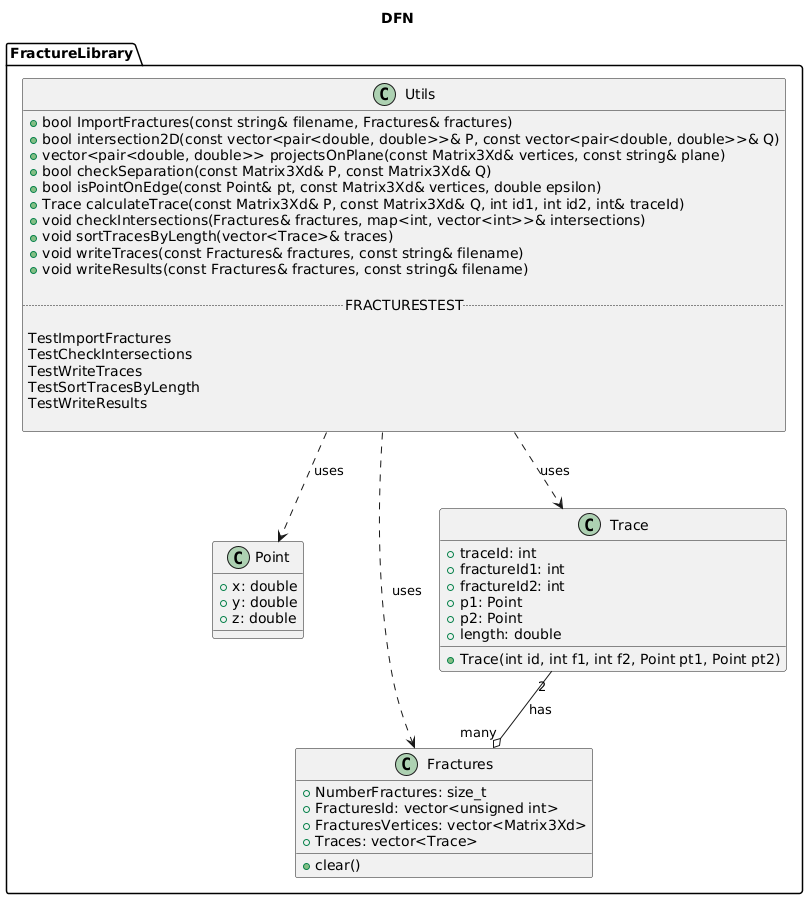
Before: Project/Documentazione/UML.png, a diagram exported from PlantUML (GiuseppeFresu/DFN_Project).
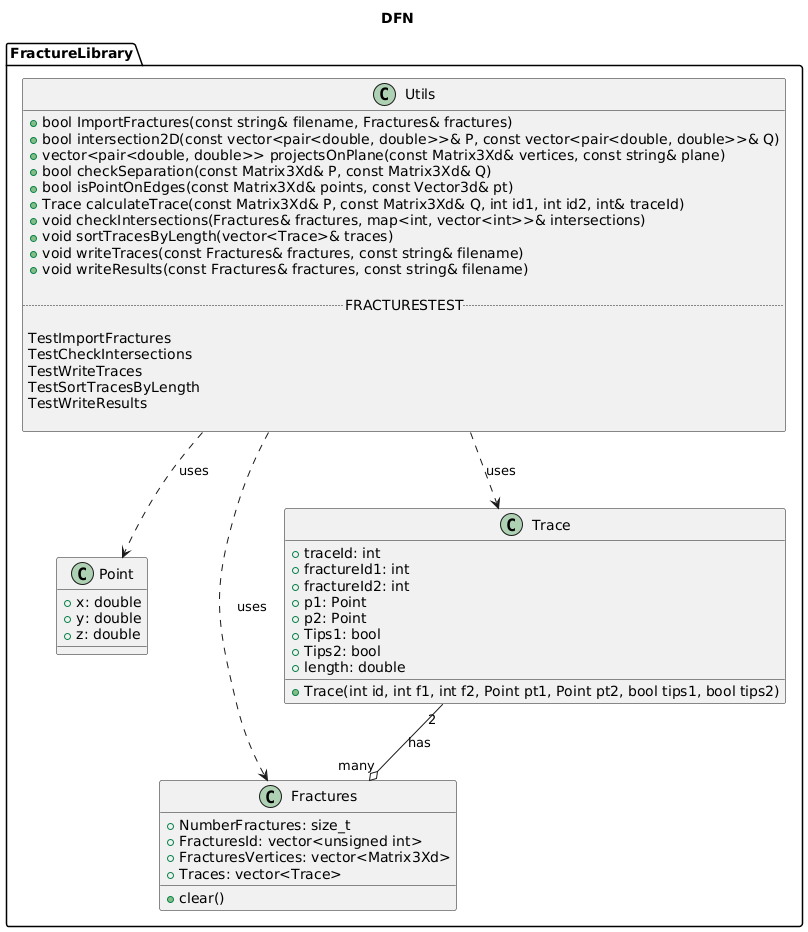
The same diagram one commit later.

The edit, as a diff of the source:
```diff
@@ -25,8 +25,10 @@
         + fractureId2: int
         + p1: Point
         + p2: Point
+        + Tips1: bool
+        + Tips2: bool
         + length: double
-        + Trace(int id, int f1, int f2, Point pt1, Point pt2)
+        + Trace(int id, int f1, int f2, Point pt1, Point pt2, bool tips1, bool tips2)
 }
 
 class Utils {
@@ -34,7 +36,7 @@
 + bool intersection2D(const vector<pair<double, double>>& P, const vector<pair<double, double>>& Q)
 + vector<pair<double, double>> projectsOnPlane(const Matrix3Xd& vertices, const string& plane)
 + bool checkSeparation(const Matrix3Xd& P, const Matrix3Xd& Q)
-+ bool isPointOnEdge(const Point& pt, const Matrix3Xd& vertices, double epsilon)
++ bool isPointOnEdges(const Matrix3Xd& points, const Vector3d& pt)
 + Trace calculateTrace(const Matrix3Xd& P, const Matrix3Xd& Q, int id1, int id2, int& traceId)
 + void checkIntersections(Fractures& fractures, map<int, vector<int>>& intersections)
 + void sortTracesByLength(vector<Trace>& traces)
```
